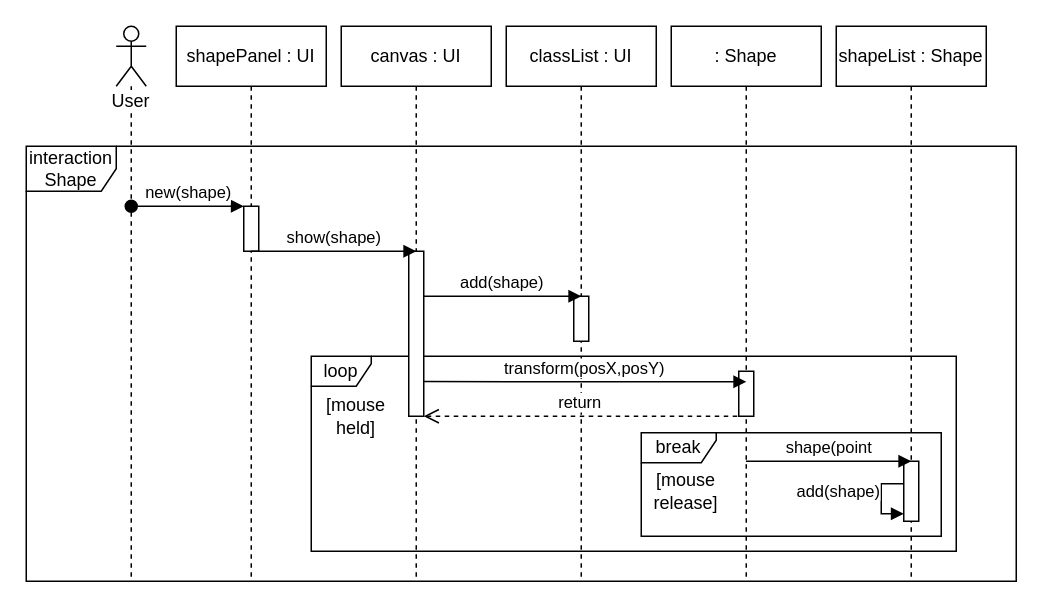
The draw.io diagram page "Page-5" (5 of 7) of Planning/uml/uml.drawio in Moss99/SDI, before the edit. Source tidied: cells renumbered, new cells numbered last; positions are measured from the earlier drawing's top-left corner, leaving out a move shared by most shapes. Both pictures are drawn from the tidied source at 150%, with x=0, y=0 at pixel (26, 26).
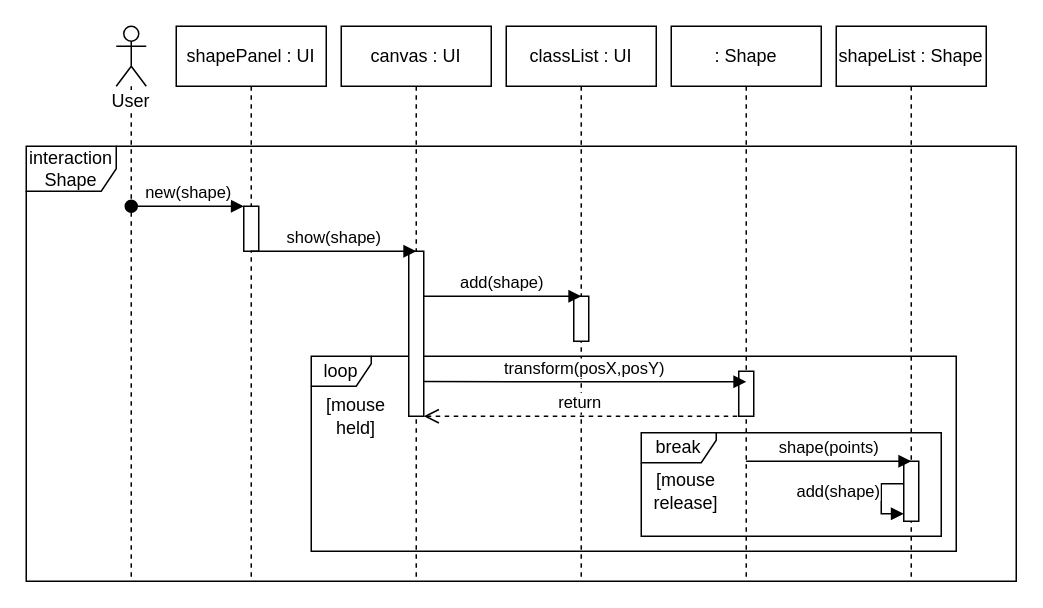
The same page after the edit.

Diff of the diagram source:
```diff
@@
-    <mxCell id="24" value="shape(point" style="html=1;verticalAlign=bottom;endArrow=block;entryX=0.5;entryY=0.112;entryDx=0;entryDy=0;entryPerimeter=0;" parent="1" edge="1">
+    <mxCell id="24" value="shape(points)" style="html=1;verticalAlign=bottom;endArrow=block;entryX=0.5;entryY=0.112;entryDx=0;entryDy=0;entryPerimeter=0;" parent="1" edge="1">
       <mxGeometry relative="1" as="geometry">
         <mxPoint x="479.8" y="290" as="sourcePoint" />
         <mxPoint x="590" y="290" as="targetPoint" />
       </mxGeometry>
     </mxCell>
```
